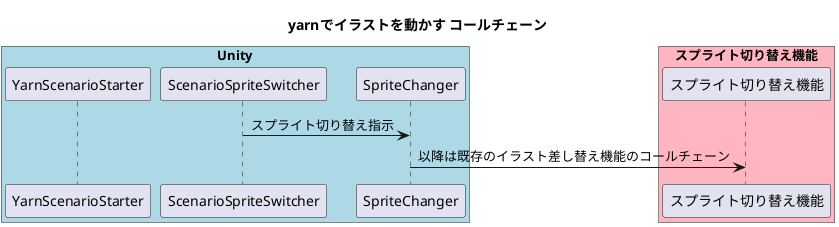
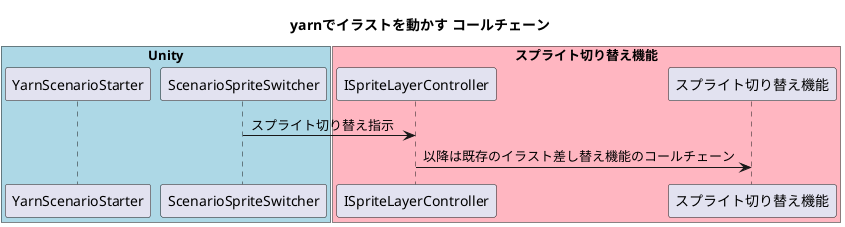
@startuml
title yarnでイラストを動かす コールチェーン

box "Unity" #LightBlue
	participant YarnScenarioStarter
	participant ScenarioSpriteSwitcher
- 	participant SpriteChanger
end box
box "スプライト切り替え機能" #LightPink
+ 	participant ISpriteLayerController
	participant スプライト切り替え機能
end box

- ScenarioSpriteSwitcher -> SpriteChanger : スプライト切り替え指示
- SpriteChanger -> スプライト切り替え機能 : 以降は既存のイラスト差し替え機能のコールチェーン
+ ScenarioSpriteSwitcher -> ISpriteLayerController : スプライト切り替え指示
+ ISpriteLayerController -> スプライト切り替え機能 : 以降は既存のイラスト差し替え機能のコールチェーン
@enduml